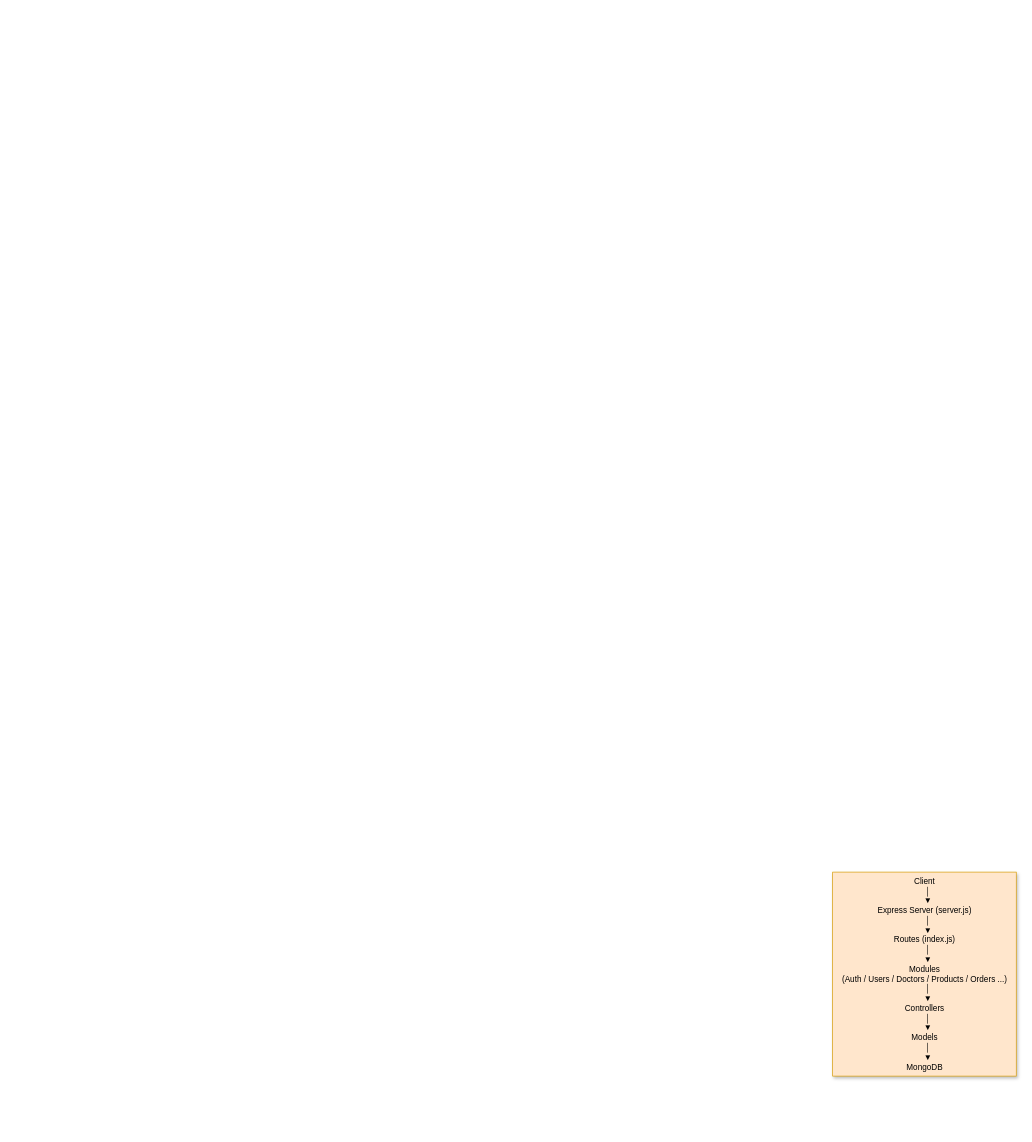
Above: node.drawio in Tarekattallah/pharma-sales (draw.io), before the change. Source tidied: cells renumbered, new cells numbered last; positions are measured from the earlier drawing's top-left corner, leaving out a move shared by most shapes. Both pictures are drawn from the tidied source at 68%, with x=0, y=0 at pixel (832, 872).
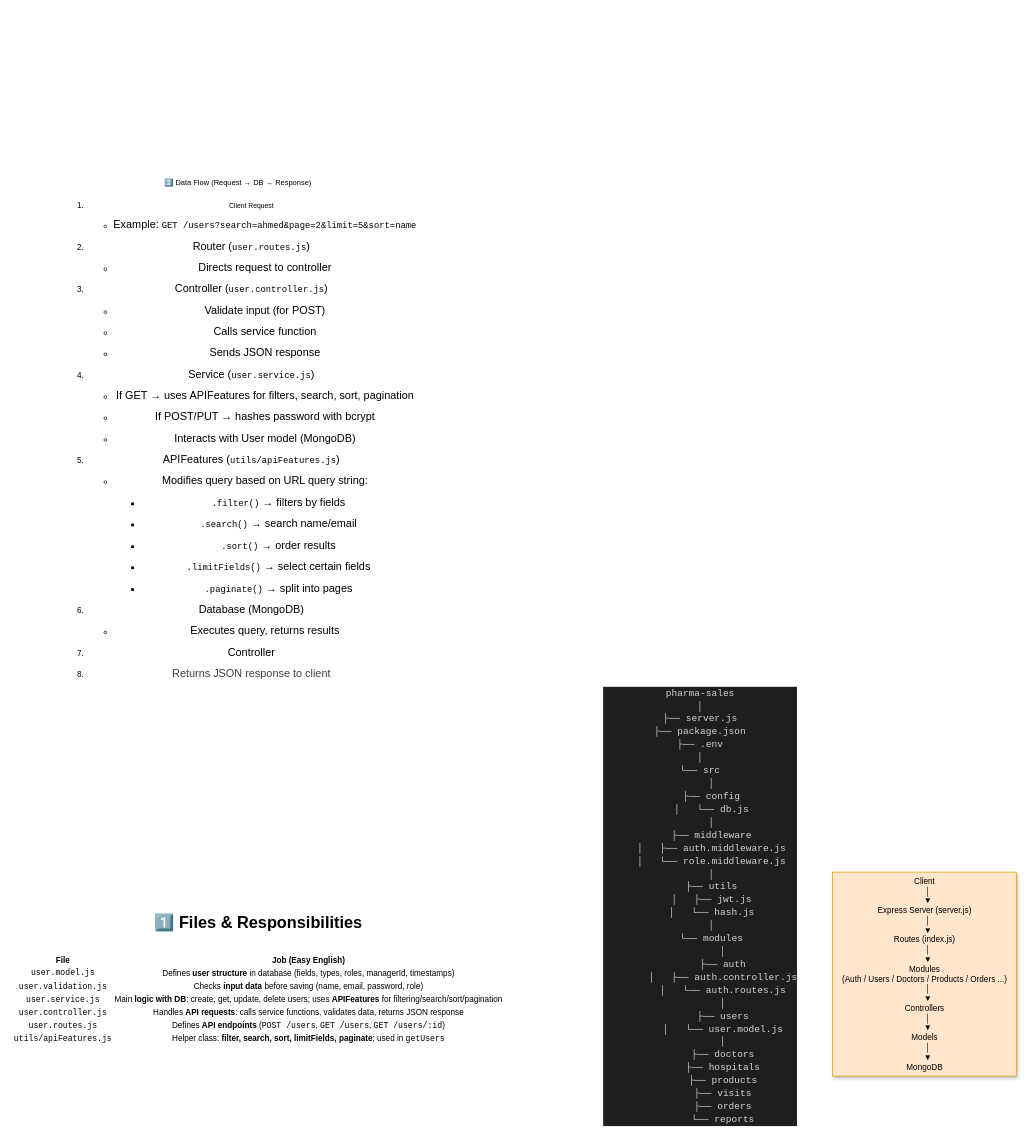
The same diagram, later.

What changed in the source:
```diff
@@
 <mxGraphModel>
   <root>
     <mxCell id="0" />
     <mxCell id="1" parent="0" />
     <mxCell id="2" value="&lt;div&gt;&lt;font color=&quot;#000000&quot;&gt;Client&lt;/font&gt;&lt;/div&gt;&lt;div&gt;&lt;font color=&quot;#000000&quot;&gt;&amp;nbsp; &amp;nbsp;│&lt;/font&gt;&lt;/div&gt;&lt;div&gt;&lt;font color=&quot;#000000&quot;&gt;&amp;nbsp; &amp;nbsp;▼&lt;/font&gt;&lt;/div&gt;&lt;div&gt;&lt;font color=&quot;#000000&quot;&gt;Express Server (server.js)&lt;/font&gt;&lt;/div&gt;&lt;div&gt;&lt;font color=&quot;#000000&quot;&gt;&amp;nbsp; &amp;nbsp;│&lt;/font&gt;&lt;/div&gt;&lt;div&gt;&lt;font color=&quot;#000000&quot;&gt;&amp;nbsp; &amp;nbsp;▼&lt;/font&gt;&lt;/div&gt;&lt;div&gt;&lt;font color=&quot;#000000&quot;&gt;Routes (index.js)&lt;/font&gt;&lt;/div&gt;&lt;div&gt;&lt;font color=&quot;#000000&quot;&gt;&amp;nbsp; &amp;nbsp;│&lt;/font&gt;&lt;/div&gt;&lt;div&gt;&lt;font color=&quot;#000000&quot;&gt;&amp;nbsp; &amp;nbsp;▼&lt;/font&gt;&lt;/div&gt;&lt;div&gt;&lt;font color=&quot;#000000&quot;&gt;Modules&lt;/font&gt;&lt;/div&gt;&lt;div&gt;&lt;font color=&quot;#000000&quot;&gt;(Auth / Users / Doctors / Products / Orders ...)&lt;/font&gt;&lt;/div&gt;&lt;div&gt;&lt;font color=&quot;#000000&quot;&gt;&amp;nbsp; &amp;nbsp;│&lt;/font&gt;&lt;/div&gt;&lt;div&gt;&lt;font color=&quot;#000000&quot;&gt;&amp;nbsp; &amp;nbsp;▼&lt;/font&gt;&lt;/div&gt;&lt;div&gt;&lt;font color=&quot;#000000&quot;&gt;Controllers&lt;/font&gt;&lt;/div&gt;&lt;div&gt;&lt;font color=&quot;#000000&quot;&gt;&amp;nbsp; &amp;nbsp;│&lt;/font&gt;&lt;/div&gt;&lt;div&gt;&lt;font color=&quot;#000000&quot;&gt;&amp;nbsp; &amp;nbsp;▼&lt;/font&gt;&lt;/div&gt;&lt;div&gt;&lt;font color=&quot;#000000&quot;&gt;Models&lt;/font&gt;&lt;/div&gt;&lt;div&gt;&lt;font color=&quot;#000000&quot;&gt;&amp;nbsp; &amp;nbsp;│&lt;/font&gt;&lt;/div&gt;&lt;div&gt;&lt;font color=&quot;#000000&quot;&gt;&amp;nbsp; &amp;nbsp;▼&lt;/font&gt;&lt;/div&gt;&lt;div&gt;&lt;font color=&quot;#000000&quot;&gt;MongoDB&lt;/font&gt;&lt;/div&gt;" style="text;html=1;align=center;verticalAlign=middle;strokeColor=#d79b00;fillColor=#ffe6cc;shadow=1;" parent="1" vertex="1">
       <mxGeometry width="270" height="300" as="geometry" />
     </mxCell>
+    <mxCell id="3" value="&lt;div style=&quot;color: rgb(212, 212, 212); background-color: rgb(30, 30, 30); font-family: Consolas, &amp;quot;Courier New&amp;quot;, monospace; font-size: 14px; line-height: 19px; white-space-collapse: preserve;&quot;&gt;&lt;div&gt;&lt;span style=&quot;color: #d4d4d4;&quot;&gt;pharma-sales&lt;/span&gt;&lt;/div&gt;&lt;div&gt;&lt;span style=&quot;color: #d4d4d4;&quot;&gt;│&lt;/span&gt;&lt;/div&gt;&lt;div&gt;&lt;span style=&quot;color: #d4d4d4;&quot;&gt;├── server.js&lt;/span&gt;&lt;/div&gt;&lt;div&gt;&lt;span style=&quot;color: #d4d4d4;&quot;&gt;├── package.json&lt;/span&gt;&lt;/div&gt;&lt;div&gt;&lt;span style=&quot;color: #d4d4d4;&quot;&gt;├── .env&lt;/span&gt;&lt;/div&gt;&lt;div&gt;&lt;span style=&quot;color: #d4d4d4;&quot;&gt;│&lt;/span&gt;&lt;/div&gt;&lt;div&gt;&lt;span style=&quot;color: #d4d4d4;&quot;&gt;└── src&lt;/span&gt;&lt;/div&gt;&lt;div&gt;&lt;span style=&quot;color: #d4d4d4;&quot;&gt;&amp;nbsp; &amp;nbsp; │&lt;/span&gt;&lt;/div&gt;&lt;div&gt;&lt;span style=&quot;color: #d4d4d4;&quot;&gt;&amp;nbsp; &amp;nbsp; ├── config&lt;/span&gt;&lt;/div&gt;&lt;div&gt;&lt;span style=&quot;color: #d4d4d4;&quot;&gt;&amp;nbsp; &amp;nbsp; │ &amp;nbsp; └── db.js&lt;/span&gt;&lt;/div&gt;&lt;div&gt;&lt;span style=&quot;color: #d4d4d4;&quot;&gt;&amp;nbsp; &amp;nbsp; │&lt;/span&gt;&lt;/div&gt;&lt;div&gt;&lt;span style=&quot;color: #d4d4d4;&quot;&gt;&amp;nbsp; &amp;nbsp; ├── middleware&lt;/span&gt;&lt;/div&gt;&lt;div&gt;&lt;span style=&quot;color: #d4d4d4;&quot;&gt;&amp;nbsp; &amp;nbsp; │ &amp;nbsp; ├── auth.middleware.js&lt;/span&gt;&lt;/div&gt;&lt;div&gt;&lt;span style=&quot;color: #d4d4d4;&quot;&gt;&amp;nbsp; &amp;nbsp; │ &amp;nbsp; └── role.middleware.js&lt;/span&gt;&lt;/div&gt;&lt;div&gt;&lt;span style=&quot;color: #d4d4d4;&quot;&gt;&amp;nbsp; &amp;nbsp; │&lt;/span&gt;&lt;/div&gt;&lt;div&gt;&lt;span style=&quot;color: #d4d4d4;&quot;&gt;&amp;nbsp; &amp;nbsp; ├── utils&lt;/span&gt;&lt;/div&gt;&lt;div&gt;&lt;span style=&quot;color: #d4d4d4;&quot;&gt;&amp;nbsp; &amp;nbsp; │ &amp;nbsp; ├── jwt.js&lt;/span&gt;&lt;/div&gt;&lt;div&gt;&lt;span style=&quot;color: #d4d4d4;&quot;&gt;&amp;nbsp; &amp;nbsp; │ &amp;nbsp; └── hash.js&lt;/span&gt;&lt;/div&gt;&lt;div&gt;&lt;span style=&quot;color: #d4d4d4;&quot;&gt;&amp;nbsp; &amp;nbsp; │&lt;/span&gt;&lt;/div&gt;&lt;div&gt;&lt;span style=&quot;color: #d4d4d4;&quot;&gt;&amp;nbsp; &amp;nbsp; └── modules&lt;/span&gt;&lt;/div&gt;&lt;div&gt;&lt;span style=&quot;color: #d4d4d4;&quot;&gt;&amp;nbsp; &amp;nbsp; &amp;nbsp; &amp;nbsp; │&lt;/span&gt;&lt;/div&gt;&lt;div&gt;&lt;span style=&quot;color: #d4d4d4;&quot;&gt;&amp;nbsp; &amp;nbsp; &amp;nbsp; &amp;nbsp; ├── auth&lt;/span&gt;&lt;/div&gt;&lt;div&gt;&lt;span style=&quot;color: #d4d4d4;&quot;&gt;&amp;nbsp; &amp;nbsp; &amp;nbsp; &amp;nbsp; │ &amp;nbsp; ├── auth.controller.js&lt;/span&gt;&lt;/div&gt;&lt;div&gt;&lt;span style=&quot;color: #d4d4d4;&quot;&gt;&amp;nbsp; &amp;nbsp; &amp;nbsp; &amp;nbsp; │ &amp;nbsp; └── auth.routes.js&lt;/span&gt;&lt;/div&gt;&lt;div&gt;&lt;span style=&quot;color: #d4d4d4;&quot;&gt;&amp;nbsp; &amp;nbsp; &amp;nbsp; &amp;nbsp; │&lt;/span&gt;&lt;/div&gt;&lt;div&gt;&lt;span style=&quot;color: #d4d4d4;&quot;&gt;&amp;nbsp; &amp;nbsp; &amp;nbsp; &amp;nbsp; ├── users&lt;/span&gt;&lt;/div&gt;&lt;div&gt;&lt;span style=&quot;color: #d4d4d4;&quot;&gt;&amp;nbsp; &amp;nbsp; &amp;nbsp; &amp;nbsp; │ &amp;nbsp; └── user.model.js&lt;/span&gt;&lt;/div&gt;&lt;div&gt;&lt;span style=&quot;color: #d4d4d4;&quot;&gt;&amp;nbsp; &amp;nbsp; &amp;nbsp; &amp;nbsp; │&lt;/span&gt;&lt;/div&gt;&lt;div&gt;&lt;span style=&quot;color: #d4d4d4;&quot;&gt;&amp;nbsp; &amp;nbsp; &amp;nbsp; &amp;nbsp; ├── doctors&lt;/span&gt;&lt;/div&gt;&lt;div&gt;&lt;span style=&quot;color: #d4d4d4;&quot;&gt;&amp;nbsp; &amp;nbsp; &amp;nbsp; &amp;nbsp; ├── hospitals&lt;/span&gt;&lt;/div&gt;&lt;div&gt;&lt;span style=&quot;color: #d4d4d4;&quot;&gt;&amp;nbsp; &amp;nbsp; &amp;nbsp; &amp;nbsp; ├── products&lt;/span&gt;&lt;/div&gt;&lt;div&gt;&lt;span style=&quot;color: #d4d4d4;&quot;&gt;&amp;nbsp; &amp;nbsp; &amp;nbsp; &amp;nbsp; ├── visits&lt;/span&gt;&lt;/div&gt;&lt;div&gt;&lt;span style=&quot;color: #d4d4d4;&quot;&gt;&amp;nbsp; &amp;nbsp; &amp;nbsp; &amp;nbsp; ├── orders&lt;/span&gt;&lt;/div&gt;&lt;div&gt;&lt;span style=&quot;color: #d4d4d4;&quot;&gt;&amp;nbsp; &amp;nbsp; &amp;nbsp; &amp;nbsp; └── reports&lt;/span&gt;&lt;/div&gt;&lt;/div&gt;" style="text;html=1;align=center;verticalAlign=middle;strokeColor=none;fillColor=none;" parent="1" vertex="1">
+      <mxGeometry x="-340" y="-280" width="290" height="660" as="geometry" />
+    </mxCell>
+    <mxCell id="4" value="&lt;h1&gt;1️⃣ Files &amp;amp; Responsibilities&lt;/h1&gt;&lt;br/&gt;&lt;div class=&quot;TyagGW_tableContainer&quot;&gt;&lt;div class=&quot;group TyagGW_tableWrapper flex flex-col-reverse w-fit&quot; tabindex=&quot;-1&quot;&gt;&lt;table class=&quot;w-fit min-w-(--thread-content-width)&quot;&gt;&lt;thead&gt;&lt;tr&gt;&lt;th class=&quot;&quot;&gt;File&lt;/th&gt;&lt;th class=&quot;&quot;&gt;Job (Easy English)&lt;/th&gt;&lt;/tr&gt;&lt;/thead&gt;&lt;tbody&gt;&lt;tr&gt;&lt;td&gt;&lt;code&gt;user.model.js&lt;/code&gt;&lt;/td&gt;&lt;td&gt;Defines &lt;strong&gt;user structure&lt;/strong&gt; in database (fields, types, roles, managerId, timestamps)&lt;/td&gt;&lt;/tr&gt;&lt;tr&gt;&lt;td&gt;&lt;code&gt;user.validation.js&lt;/code&gt;&lt;/td&gt;&lt;td&gt;Checks &lt;strong&gt;input data&lt;/strong&gt; before saving (name, email, password, role)&lt;/td&gt;&lt;/tr&gt;&lt;tr&gt;&lt;td&gt;&lt;code&gt;user.service.js&lt;/code&gt;&lt;/td&gt;&lt;td&gt;Main &lt;strong&gt;logic with DB&lt;/strong&gt;: create, get, update, delete users; uses &lt;strong&gt;APIFeatures&lt;/strong&gt; for filtering/search/sort/pagination&lt;/td&gt;&lt;/tr&gt;&lt;tr&gt;&lt;td&gt;&lt;code&gt;user.controller.js&lt;/code&gt;&lt;/td&gt;&lt;td&gt;Handles &lt;strong&gt;API requests&lt;/strong&gt;: calls service functions, validates data, returns JSON response&lt;/td&gt;&lt;/tr&gt;&lt;tr&gt;&lt;td&gt;&lt;code&gt;user.routes.js&lt;/code&gt;&lt;/td&gt;&lt;td&gt;Defines &lt;strong&gt;API endpoints&lt;/strong&gt; (&lt;code&gt;POST /users&lt;/code&gt;, &lt;code&gt;GET /users&lt;/code&gt;, &lt;code&gt;GET /users/:id&lt;/code&gt;)&lt;/td&gt;&lt;/tr&gt;&lt;tr&gt;&lt;td&gt;&lt;code&gt;utils/apiFeatures.js&lt;/code&gt;&lt;/td&gt;&lt;td&gt;Helper class: &lt;strong&gt;filter, search, sort, limitFields, paginate&lt;/strong&gt;; used in &lt;code&gt;getUsers&lt;/code&gt;&lt;/td&gt;&lt;/tr&gt;&lt;/tbody&gt;&lt;/table&gt;&lt;/div&gt;&lt;/div&gt;" style="text;html=1;align=center;verticalAlign=middle;strokeColor=none;fillColor=none;" parent="1" vertex="1">
+      <mxGeometry x="-1200" y="40" width="710" height="220" as="geometry" />
+    </mxCell>
+    <mxCell id="5" value="&lt;h1&gt;&lt;font style=&quot;font-weight: normal; font-size: 11px;&quot;&gt;2️⃣ Data Flow (Request → DB → Response)&lt;/font&gt;&lt;/h1&gt;&lt;ol&gt;&lt;li&gt;&lt;p&gt;&lt;span&gt;&lt;font style=&quot;font-size: 10px;&quot;&gt;Client Request&lt;/font&gt;&lt;/span&gt;&lt;/p&gt;&lt;ul&gt;&lt;li&gt;&lt;p&gt;&lt;font size=&quot;3&quot;&gt;Example: &lt;code&gt;GET /users?search=ahmed&amp;amp;page=2&amp;amp;limit=5&amp;amp;sort=name&lt;/code&gt;&lt;/font&gt;&lt;/p&gt;&lt;/li&gt;&lt;/ul&gt;&lt;/li&gt;&lt;li&gt;&lt;p&gt;&lt;span&gt;&lt;font size=&quot;3&quot;&gt;Router (&lt;code&gt;user.routes.js&lt;/code&gt;)&lt;/font&gt;&lt;/span&gt;&lt;/p&gt;&lt;ul&gt;&lt;li&gt;&lt;p&gt;&lt;font size=&quot;3&quot;&gt;Directs request to &lt;span&gt;controller&lt;/span&gt;&lt;/font&gt;&lt;/p&gt;&lt;/li&gt;&lt;/ul&gt;&lt;/li&gt;&lt;li&gt;&lt;p&gt;&lt;span&gt;&lt;font size=&quot;3&quot;&gt;Controller (&lt;code&gt;user.controller.js&lt;/code&gt;)&lt;/font&gt;&lt;/span&gt;&lt;/p&gt;&lt;ul&gt;&lt;li&gt;&lt;p&gt;&lt;font size=&quot;3&quot;&gt;Validate input (for POST)&lt;/font&gt;&lt;/p&gt;&lt;/li&gt;&lt;li&gt;&lt;p&gt;&lt;font size=&quot;3&quot;&gt;Calls &lt;span&gt;service function&lt;/span&gt;&lt;/font&gt;&lt;/p&gt;&lt;/li&gt;&lt;li&gt;&lt;p&gt;&lt;font size=&quot;3&quot;&gt;Sends JSON response&lt;/font&gt;&lt;/p&gt;&lt;/li&gt;&lt;/ul&gt;&lt;/li&gt;&lt;li&gt;&lt;p&gt;&lt;span&gt;&lt;font size=&quot;3&quot;&gt;Service (&lt;code&gt;user.service.js&lt;/code&gt;)&lt;/font&gt;&lt;/span&gt;&lt;/p&gt;&lt;ul&gt;&lt;li&gt;&lt;p&gt;&lt;font size=&quot;3&quot;&gt;If GET → uses &lt;span&gt;APIFeatures&lt;/span&gt; for filters, search, sort, pagination&lt;/font&gt;&lt;/p&gt;&lt;/li&gt;&lt;li&gt;&lt;p&gt;&lt;font size=&quot;3&quot;&gt;If POST/PUT → hashes password with &lt;span&gt;bcrypt&lt;/span&gt;&lt;/font&gt;&lt;/p&gt;&lt;/li&gt;&lt;li&gt;&lt;p&gt;&lt;font size=&quot;3&quot;&gt;Interacts with &lt;span&gt;User model (MongoDB)&lt;/span&gt;&lt;/font&gt;&lt;/p&gt;&lt;/li&gt;&lt;/ul&gt;&lt;/li&gt;&lt;li&gt;&lt;p&gt;&lt;span&gt;&lt;font size=&quot;3&quot;&gt;APIFeatures (&lt;code&gt;utils/apiFeatures.js&lt;/code&gt;)&lt;/font&gt;&lt;/span&gt;&lt;/p&gt;&lt;ul&gt;&lt;li&gt;&lt;p&gt;&lt;font size=&quot;3&quot;&gt;Modifies query based on URL query string:&lt;/font&gt;&lt;/p&gt;&lt;ul&gt;&lt;li&gt;&lt;p&gt;&lt;font size=&quot;3&quot;&gt;&lt;code&gt;.filter()&lt;/code&gt; → filters by fields&lt;/font&gt;&lt;/p&gt;&lt;/li&gt;&lt;li&gt;&lt;p&gt;&lt;font size=&quot;3&quot;&gt;&lt;code&gt;.search()&lt;/code&gt; → search name/email&lt;/font&gt;&lt;/p&gt;&lt;/li&gt;&lt;li&gt;&lt;p&gt;&lt;font size=&quot;3&quot;&gt;&lt;code&gt;.sort()&lt;/code&gt; → order results&lt;/font&gt;&lt;/p&gt;&lt;/li&gt;&lt;li&gt;&lt;p&gt;&lt;font size=&quot;3&quot;&gt;&lt;code&gt;.limitFields()&lt;/code&gt; → select certain fields&lt;/font&gt;&lt;/p&gt;&lt;/li&gt;&lt;li&gt;&lt;p&gt;&lt;font size=&quot;3&quot;&gt;&lt;code&gt;.paginate()&lt;/code&gt; → split into pages&lt;/font&gt;&lt;/p&gt;&lt;/li&gt;&lt;/ul&gt;&lt;/li&gt;&lt;/ul&gt;&lt;/li&gt;&lt;li&gt;&lt;p&gt;&lt;span&gt;&lt;font size=&quot;3&quot;&gt;Database (MongoDB)&lt;/font&gt;&lt;/span&gt;&lt;/p&gt;&lt;ul&gt;&lt;li&gt;&lt;p&gt;&lt;font size=&quot;3&quot;&gt;Executes query, returns results&lt;/font&gt;&lt;/p&gt;&lt;/li&gt;&lt;/ul&gt;&lt;/li&gt;&lt;li&gt;&lt;p&gt;&lt;span&gt;&lt;font size=&quot;3&quot;&gt;Controller&lt;/font&gt;&lt;/span&gt;&lt;/p&gt;&lt;/li&gt;&lt;li&gt;&lt;p&gt;&lt;font size=&quot;3&quot;&gt;&lt;span style=&quot;color: rgb(63, 63, 63); background-color: transparent;&quot;&gt;Returns &lt;/span&gt;&lt;span style=&quot;color: rgb(63, 63, 63); background-color: transparent;&quot;&gt;JSON response&lt;/span&gt;&lt;span style=&quot;color: rgb(63, 63, 63); background-color: transparent;&quot;&gt; to client&lt;/span&gt;&lt;/font&gt;&lt;/p&gt;&lt;/li&gt;&lt;/ol&gt;" style="text;html=1;align=center;verticalAlign=middle;strokeColor=none;fillColor=none;" parent="1" vertex="1">
+      <mxGeometry x="-1170" y="-1265" width="590" height="1210" as="geometry" />
+    </mxCell>
   </root>
 </mxGraphModel>
```
